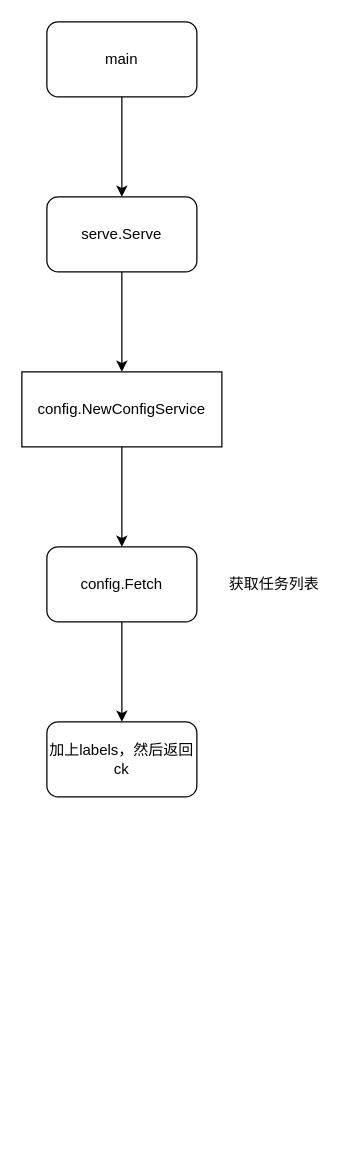
Above: scraper.drawio in wupei-w/diagrams (draw.io), before the change. Source tidied: cells renumbered, new cells numbered last; positions are measured from the earlier drawing's top-left corner, leaving out a move shared by most shapes. Both pictures are drawn from the tidied source at 125%, with x=0, y=0 at pixel (21, 21).
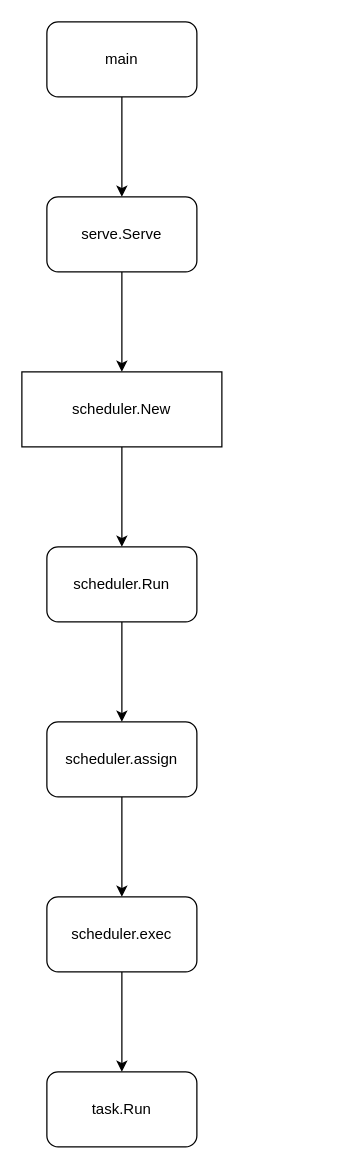
After the change.

What changed in the source:
```diff
@@
 <mxGraphModel>
   <root>
     <mxCell id="0" />
     <mxCell id="1" parent="0" />
     <mxCell id="2" style="edgeStyle=orthogonalEdgeStyle;rounded=0;jettySize=auto;html=1;" parent="1" edge="1" source="3" target="5">
       <mxGeometry relative="1" as="geometry" />
     </mxCell>
     <mxCell id="3" value="main" style="rounded=1;whiteSpace=wrap;html=1;" parent="1" vertex="1">
       <mxGeometry x="20" width="120" height="60" as="geometry" />
     </mxCell>
     <mxCell id="4" style="edgeStyle=orthogonalEdgeStyle;rounded=0;jettySize=auto;html=1;" parent="1" edge="1" source="5" target="7">
       <mxGeometry relative="1" as="geometry" />
     </mxCell>
     <mxCell id="5" value="serve.Serve" style="rounded=1;whiteSpace=wrap;html=1;" parent="1" vertex="1">
       <mxGeometry x="20" y="140" width="120" height="60" as="geometry" />
     </mxCell>
     <mxCell id="6" style="edgeStyle=orthogonalEdgeStyle;rounded=0;jettySize=auto;html=1;" parent="1" edge="1" source="7" target="9">
       <mxGeometry relative="1" as="geometry" />
     </mxCell>
-    <mxCell id="7" value="config.NewConfigService" style="rounded=1;whiteSpace=wrap;html=1;arcSize=0;" parent="1" vertex="1">
+    <mxCell id="7" value="scheduler.New" style="rounded=1;whiteSpace=wrap;html=1;arcSize=0;" parent="1" vertex="1">
       <mxGeometry y="280" width="160" height="60" as="geometry" />
     </mxCell>
     <mxCell id="8" style="edgeStyle=orthogonalEdgeStyle;rounded=0;jettySize=auto;html=1;" parent="1" edge="1" source="9" target="10">
       <mxGeometry relative="1" as="geometry" />
     </mxCell>
-    <mxCell id="9" value="config.Fetch" style="rounded=1;whiteSpace=wrap;html=1;" parent="1" vertex="1">
+    <mxCell id="9" value="scheduler.Run" style="rounded=1;whiteSpace=wrap;html=1;" parent="1" vertex="1">
       <mxGeometry x="20" y="420" width="120" height="60" as="geometry" />
     </mxCell>
+    <mxCell id="12" style="edgeStyle=orthogonalEdgeStyle;rounded=0;jettySize=auto;html=1;" parent="1" edge="1" source="10" target="14">
+      <mxGeometry relative="1" as="geometry" />
+    </mxCell>
-    <mxCell id="10" value="加上labels，然后返回ck" style="rounded=1;whiteSpace=wrap;html=1;" parent="1" vertex="1">
+    <mxCell id="10" value="scheduler.assign" style="rounded=1;whiteSpace=wrap;html=1;" parent="1" vertex="1">
       <mxGeometry x="20" y="560" width="120" height="60" as="geometry" />
     </mxCell>
-    <mxCell id="11" value="获取任务列表" style="text;html=1;strokeColor=none;fillColor=none;align=center;verticalAlign=middle;whiteSpace=wrap;rounded=0;" parent="1" vertex="1">
-      <mxGeometry x="154" y="435" width="96" height="30" as="geometry" />
-    </mxCell>
+    <mxCell id="13" style="edgeStyle=orthogonalEdgeStyle;rounded=0;jettySize=auto;html=1;" parent="1" edge="1" source="14" target="15">
+      <mxGeometry relative="1" as="geometry" />
+    </mxCell>
+    <mxCell id="14" value="scheduler.exec" style="whiteSpace=wrap;html=1;rounded=1;" parent="1" vertex="1">
+      <mxGeometry x="20" y="700" width="120" height="60" as="geometry" />
+    </mxCell>
+    <mxCell id="15" value="task.Run" style="whiteSpace=wrap;html=1;rounded=1;" parent="1" vertex="1">
+      <mxGeometry x="20" y="840" width="120" height="60" as="geometry" />
+    </mxCell>
   </root>
 </mxGraphModel>
```
